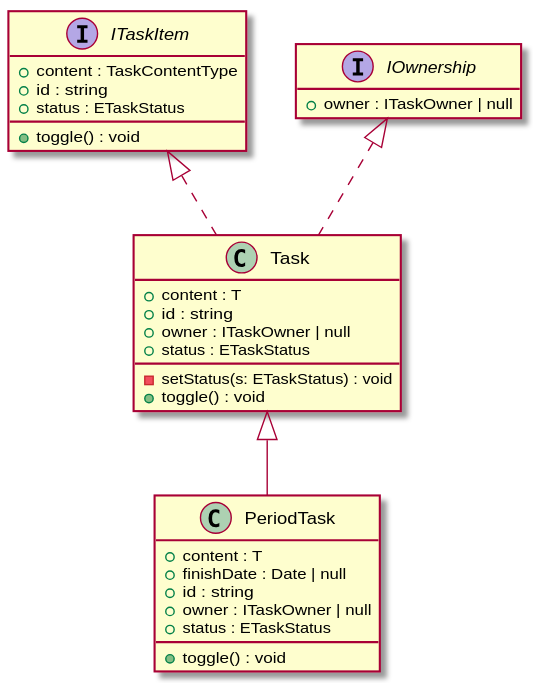
Above: docs/assets/images/Task-umlClassDiagram-60.svg in dreambo8563/todo-core (PlantUML), before the change. Its source is kept beside it as docs/assets/images/Task-umlClassDiagram-60.puml.
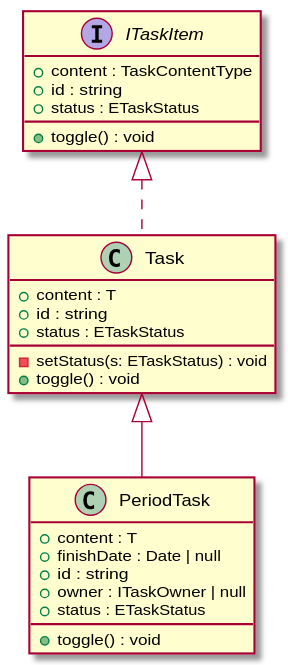
After the change.

The edit, as a diff of the source:
```diff
@@ -4,7 +4,6 @@
 class "Task" {
     +content : T
     +id : string
-    +owner : ITaskOwner | null
     +status : ETaskStatus
     -setStatus(s: ETaskStatus) : void
     +toggle() : void
@@ -16,10 +15,6 @@
     +toggle() : void
 }
 "ITaskItem" <|.. "Task"
-interface "IOwnership" {
-    +owner : ITaskOwner | null
-}
-"IOwnership" <|.. "Task"
 class "PeriodTask" {
     +content : T
     +finishDate : Date | null
```
